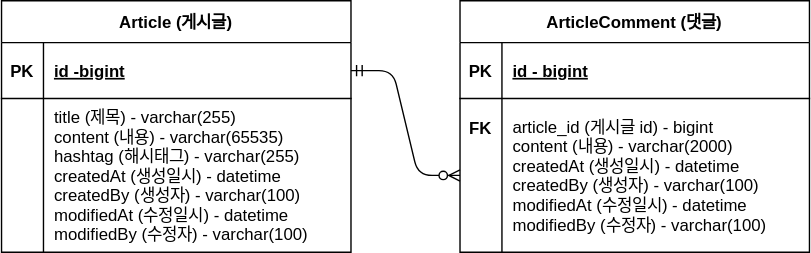
This is document/board-project-erd.svg from onuyyy/board-project, a draw.io export, as it was before one commit. Source tidied: cells renumbered, new cells last; positions are measured from the earlier drawing's top-left corner, leaving out a move shared by most shapes.
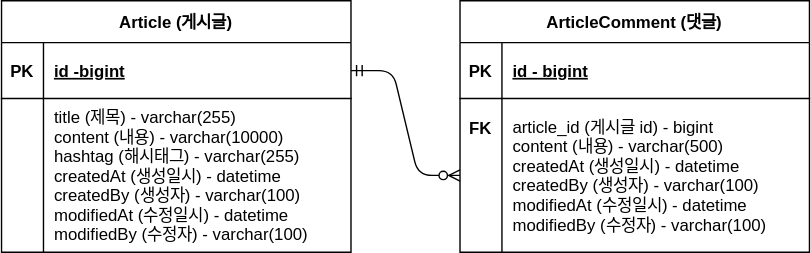
Later version of the same file.

Commit message:
#11 - erd 업데이트 : content 사이즈 변경

What changed in the source:
```diff
@@ -1,4 +1,4 @@
-<mxGraphModel>
+<mxGraphModel background="#ffffff">
   <root>
     <mxCell id="0" />
     <mxCell id="1" parent="0" />
@@ -23,7 +23,7 @@
     <mxCell id="8" style="shape=partialRectangle;overflow=hidden;fillColor=none;top=0;left=0;bottom=0;right=0;" parent="7" vertex="1">
       <mxGeometry width="30" height="110" as="geometry" />
     </mxCell>
-    <mxCell id="9" value="article_id (게시글 id) - bigint&#10;content (내용) - varchar(2000)&#10;createdAt (생성일시) - datetime&#10;createdBy (생성자) - varchar(100)&#10;modifiedAt (수정일시) - datetime&#10;modifiedBy (수정자) - varchar(100)" style="shape=partialRectangle;overflow=hidden;fillColor=none;top=0;left=0;bottom=0;right=0;align=left;spacingLeft=6;" parent="7" vertex="1">
+    <mxCell id="9" value="article_id (게시글 id) - bigint&#10;content (내용) - varchar(500)&#10;createdAt (생성일시) - datetime&#10;createdBy (생성자) - varchar(100)&#10;modifiedAt (수정일시) - datetime&#10;modifiedBy (수정자) - varchar(100)" style="shape=partialRectangle;overflow=hidden;fillColor=none;top=0;left=0;bottom=0;right=0;align=left;spacingLeft=6;labelBackgroundColor=#FFFFFF;" parent="7" vertex="1">
       <mxGeometry x="30" width="220" height="110" as="geometry" />
     </mxCell>
     <mxCell id="10" value="Article (게시글)" style="shape=table;startSize=30;rowLines=0;fontStyle=1;align=center;" parent="1" vertex="1">
@@ -44,7 +44,7 @@
     <mxCell id="15" style="shape=partialRectangle;overflow=hidden;fillColor=none;top=0;left=0;bottom=0;right=0;" parent="14" vertex="1">
       <mxGeometry width="30" height="110" as="geometry" />
     </mxCell>
-    <mxCell id="16" value="title (제목) - varchar(255)&#10;content (내용) - varchar(65535)&#10;hashtag (해시태그) - varchar(255)&#10;createdAt (생성일시) - datetime&#10;createdBy (생성자) - varchar(100)&#10;modifiedAt (수정일시) - datetime&#10;modifiedBy (수정자) - varchar(100)" style="shape=partialRectangle;overflow=hidden;fillColor=none;top=0;left=0;bottom=0;right=0;align=left;spacingLeft=6;" parent="14" vertex="1">
+    <mxCell id="16" value="title (제목) - varchar(255)&#10;content (내용) - varchar(10000)&#10;hashtag (해시태그) - varchar(255)&#10;createdAt (생성일시) - datetime&#10;createdBy (생성자) - varchar(100)&#10;modifiedAt (수정일시) - datetime&#10;modifiedBy (수정자) - varchar(100)" style="shape=partialRectangle;overflow=hidden;fillColor=none;top=0;left=0;bottom=0;right=0;align=left;spacingLeft=6;" parent="14" vertex="1">
       <mxGeometry x="30" width="220" height="110" as="geometry" />
     </mxCell>
     <mxCell id="17" value="FK" style="shape=partialRectangle;overflow=hidden;fillColor=none;top=0;left=0;bottom=0;right=0;fontStyle=1;" parent="1" vertex="1">
```
